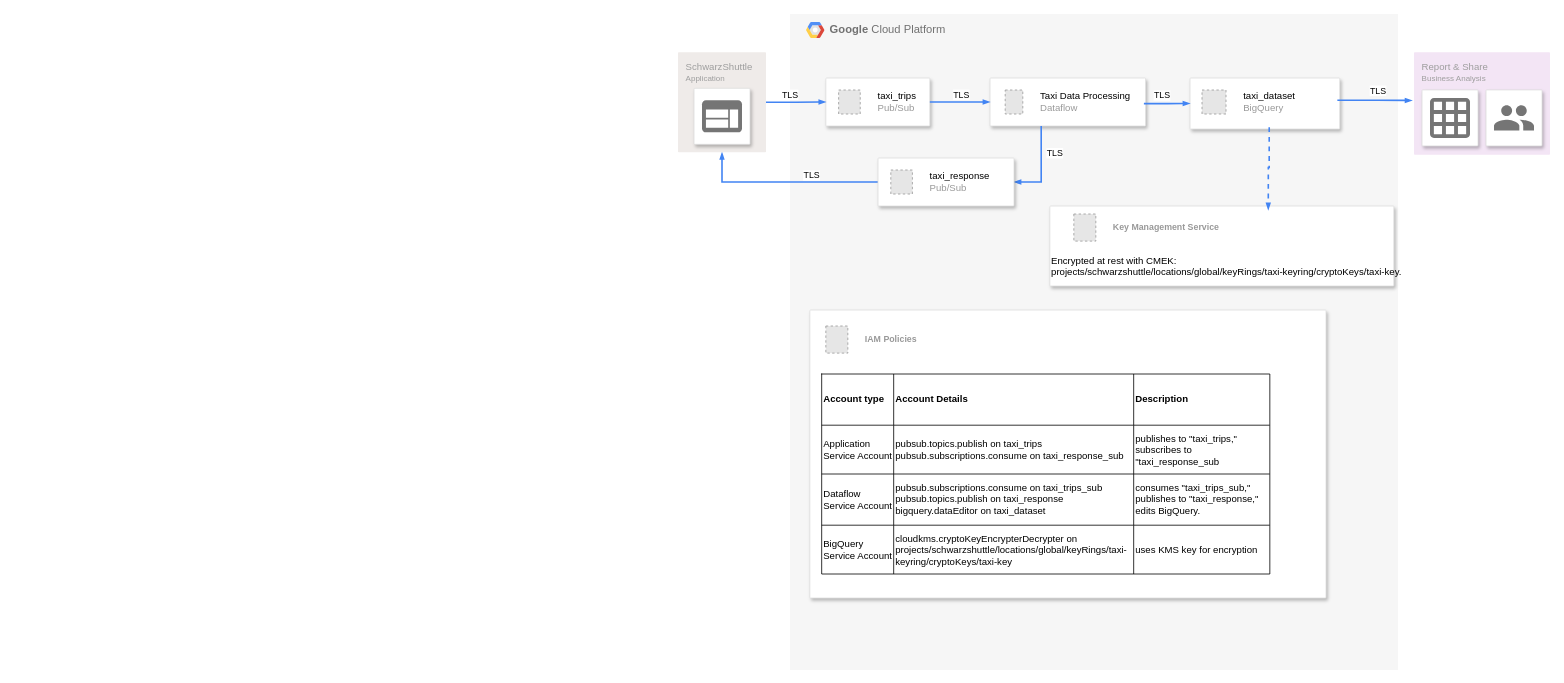
schwarzshuttle-project/taxi-gcp-architecture keeps this draw.io diagram as page "Security Diagram" (3 of 3) of GCP Architecture.drawio. Above is the earlier version. Source tidied: cells renumbered, new cells numbered last; positions are measured from the earlier drawing's top-left corner, leaving out a move shared by most shapes. Both pictures are drawn from the tidied source at 80%, with x=0, y=0 at pixel (678, 14). Pictures stored in the file or linked from it are replaced by grey dashed boxes.
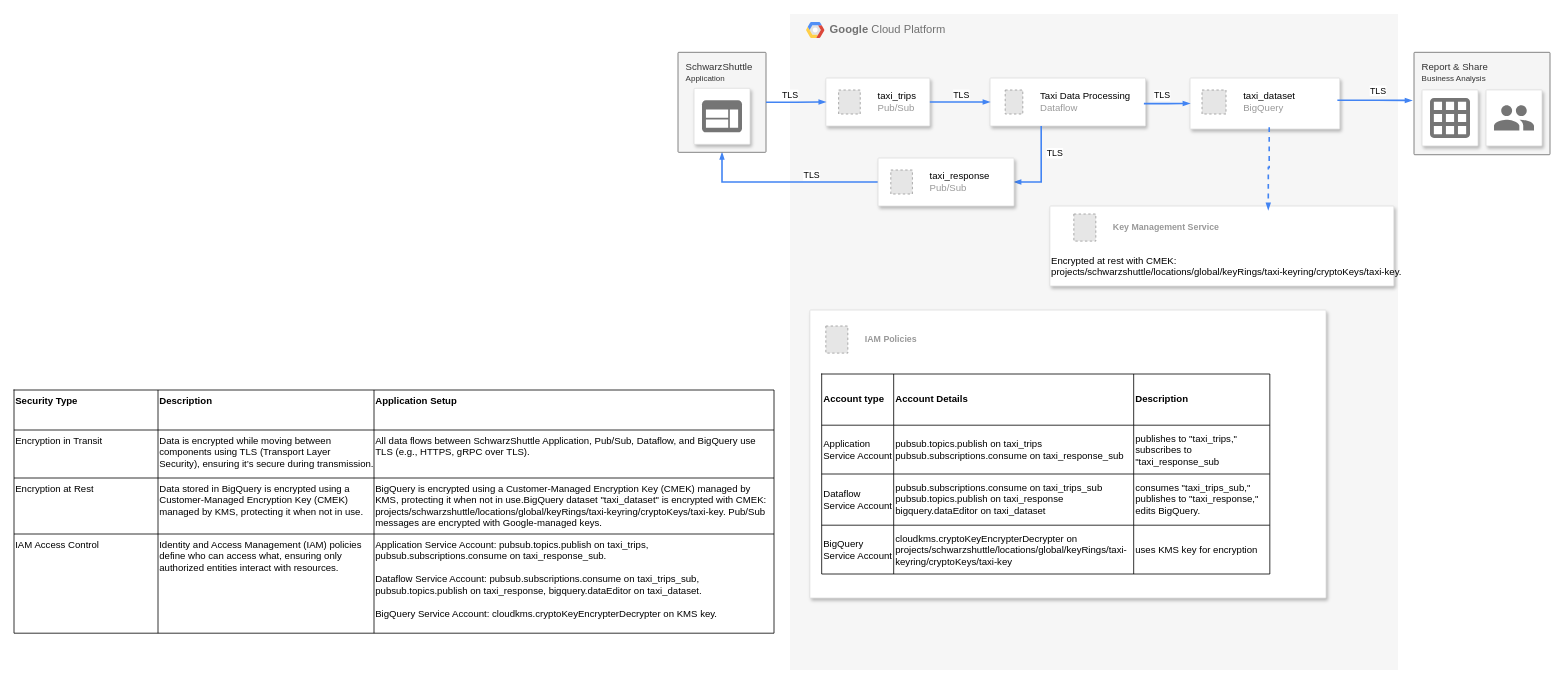
After the change.

Commit message (it also covers changes not shown here):
added security descriptions GCP Architecture.drawio

Change to the diagram source:
```diff
@@
-    <mxCell id="38" value="SchwarzShuttle&lt;br&gt;&lt;font style=&quot;font-size: 10px&quot;&gt;Application&lt;/font&gt;" style="rounded=1;absoluteArcSize=1;arcSize=2;html=1;strokeColor=none;gradientColor=none;shadow=0;dashed=0;fontSize=12;fontColor=#9E9E9E;align=left;verticalAlign=top;spacing=10;spacingTop=-4;fillColor=#EFEBE9;" parent="1" vertex="1">
+    <mxCell id="38" value="SchwarzShuttle&lt;br&gt;&lt;font style=&quot;font-size: 10px&quot;&gt;Application&lt;/font&gt;" style="rounded=1;absoluteArcSize=1;arcSize=2;html=1;strokeColor=#666666;shadow=0;dashed=0;fontSize=12;fontColor=#333333;align=left;verticalAlign=top;spacing=10;spacingTop=-4;fillColor=#f5f5f5;" parent="1" vertex="1">
       <mxGeometry y="47.9" width="110" height="125" as="geometry" />
     </mxCell>
@@
-    <mxCell id="43" value="Report &amp;amp; Share&lt;br&gt;&lt;font style=&quot;font-size: 10px&quot;&gt;Business Analysis&lt;/font&gt;&lt;br&gt;" style="rounded=1;absoluteArcSize=1;arcSize=2;html=1;strokeColor=none;gradientColor=none;shadow=0;dashed=0;fontSize=12;fontColor=#9E9E9E;align=left;verticalAlign=top;spacing=10;spacingTop=-4;fillColor=#F3E5F5;" parent="1" vertex="1">
+    <mxCell id="43" value="Report &amp;amp; Share&lt;br&gt;&lt;font style=&quot;font-size: 10px&quot;&gt;Business Analysis&lt;/font&gt;&lt;br&gt;" style="rounded=1;absoluteArcSize=1;arcSize=2;html=1;strokeColor=#666666;shadow=0;dashed=0;fontSize=12;fontColor=#333333;align=left;verticalAlign=top;spacing=10;spacingTop=-4;fillColor=#f5f5f5;" parent="1" vertex="1">
       <mxGeometry x="920" y="47.9" width="170" height="128" as="geometry" />
     </mxCell>
@@
+    <mxCell id="54" style="shape=table;startSize=0;childLayout=tableLayout;" parent="1" vertex="1">
+      <mxGeometry x="-830" y="470" width="950" height="304" as="geometry" />
+    </mxCell>
+    <mxCell id="55" style="shape=tableRow;horizontal=0;startSize=0;swimlaneHead=0;swimlaneBody=0;strokeColor=inherit;top=0;left=0;bottom=0;right=0;fillColor=none;" parent="54" vertex="1">
+      <mxGeometry width="950" height="50" as="geometry" />
+    </mxCell>
+    <mxCell id="56" value="&lt;div&gt;&lt;b&gt;Security Type&lt;/b&gt;&lt;/div&gt;" style="shape=partialRectangle;html=1;whiteSpace=wrap;strokeColor=inherit;overflow=hidden;fillColor=none;top=0;left=0;bottom=0;right=0;align=left;verticalAlign=top;" parent="55" vertex="1">
+      <mxGeometry width="180" height="50" as="geometry" />
+    </mxCell>
+    <mxCell id="57" value="&lt;div&gt;&lt;b&gt;Description&lt;/b&gt;&lt;/div&gt;" style="shape=partialRectangle;html=1;whiteSpace=wrap;strokeColor=inherit;overflow=hidden;fillColor=none;top=0;left=0;bottom=0;right=0;align=left;verticalAlign=top;" parent="55" vertex="1">
+      <mxGeometry x="180" width="270" height="50" as="geometry" />
+    </mxCell>
+    <mxCell id="58" value="&lt;div&gt;&lt;strong&gt;Application Setup&lt;/strong&gt;&lt;/div&gt;" style="shape=partialRectangle;html=1;whiteSpace=wrap;strokeColor=inherit;overflow=hidden;fillColor=none;top=0;left=0;bottom=0;right=0;align=left;verticalAlign=top;" parent="55" vertex="1">
+      <mxGeometry x="450" width="500" height="50" as="geometry" />
+    </mxCell>
+    <mxCell id="59" style="shape=tableRow;horizontal=0;startSize=0;swimlaneHead=0;swimlaneBody=0;strokeColor=inherit;top=0;left=0;bottom=0;right=0;fillColor=none;" parent="54" vertex="1">
+      <mxGeometry y="50" width="950" height="60" as="geometry" />
+    </mxCell>
+    <mxCell id="60" value="&lt;div&gt;Encryption in Transit&lt;/div&gt;" style="shape=partialRectangle;html=1;whiteSpace=wrap;strokeColor=inherit;overflow=hidden;fillColor=none;top=0;left=0;bottom=0;right=0;align=left;verticalAlign=top;" parent="59" vertex="1">
+      <mxGeometry width="180" height="60" as="geometry" />
+    </mxCell>
+    <mxCell id="61" value="&lt;div&gt;Data is encrypted while moving between components using TLS (Transport Layer Security), ensuring it’s secure during transmission.&lt;/div&gt;" style="shape=partialRectangle;html=1;whiteSpace=wrap;strokeColor=inherit;overflow=hidden;fillColor=none;top=0;left=0;bottom=0;right=0;align=left;verticalAlign=top;" parent="59" vertex="1">
+      <mxGeometry x="180" width="270" height="60" as="geometry" />
+    </mxCell>
+    <mxCell id="62" value="&lt;div&gt;All data flows between SchwarzShuttle Application, Pub/Sub, Dataflow, and BigQuery use TLS (e.g., HTTPS, gRPC over TLS).&lt;/div&gt;" style="shape=partialRectangle;html=1;whiteSpace=wrap;strokeColor=inherit;overflow=hidden;fillColor=none;top=0;left=0;bottom=0;right=0;align=left;verticalAlign=top;" parent="59" vertex="1">
+      <mxGeometry x="450" width="500" height="60" as="geometry" />
+    </mxCell>
+    <mxCell id="63" style="shape=tableRow;horizontal=0;startSize=0;swimlaneHead=0;swimlaneBody=0;strokeColor=inherit;top=0;left=0;bottom=0;right=0;fillColor=none;" parent="54" vertex="1">
+      <mxGeometry y="110" width="950" height="70" as="geometry" />
+    </mxCell>
+    <mxCell id="64" value="&lt;div&gt;Encryption at Rest&lt;/div&gt;" style="shape=partialRectangle;html=1;whiteSpace=wrap;strokeColor=inherit;overflow=hidden;fillColor=none;top=0;left=0;bottom=0;right=0;align=left;verticalAlign=top;" parent="63" vertex="1">
+      <mxGeometry width="180" height="70" as="geometry" />
+    </mxCell>
+    <mxCell id="65" value="&lt;div&gt;Data stored in BigQuery is encrypted using a Customer-Managed Encryption Key (CMEK) managed by KMS, protecting it when not in use.&lt;/div&gt;" style="shape=partialRectangle;html=1;whiteSpace=wrap;strokeColor=inherit;overflow=hidden;fillColor=none;top=0;left=0;bottom=0;right=0;align=left;verticalAlign=top;" parent="63" vertex="1">
+      <mxGeometry x="180" width="270" height="70" as="geometry" />
+    </mxCell>
+    <mxCell id="66" value="&lt;div&gt;BigQuery is encrypted using a Customer-Managed Encryption Key (CMEK) managed by KMS, protecting it when not in use.BigQuery dataset &quot;taxi_dataset&quot; is encrypted with CMEK: projects/schwarzshuttle/locations/global/keyRings/taxi-keyring/cryptoKeys/taxi-key. Pub/Sub messages are encrypted with Google-managed keys.&lt;/div&gt;" style="shape=partialRectangle;html=1;whiteSpace=wrap;strokeColor=inherit;overflow=hidden;fillColor=none;top=0;left=0;bottom=0;right=0;align=left;verticalAlign=top;" parent="63" vertex="1">
+      <mxGeometry x="450" width="500" height="70" as="geometry" />
+    </mxCell>
+    <mxCell id="67" style="shape=tableRow;horizontal=0;startSize=0;swimlaneHead=0;swimlaneBody=0;strokeColor=inherit;top=0;left=0;bottom=0;right=0;fillColor=none;" parent="54" vertex="1">
+      <mxGeometry y="180" width="950" height="124" as="geometry" />
+    </mxCell>
+    <mxCell id="68" value="&lt;div&gt;IAM Access Control&lt;/div&gt;" style="shape=partialRectangle;html=1;whiteSpace=wrap;strokeColor=inherit;overflow=hidden;fillColor=none;top=0;left=0;bottom=0;right=0;align=left;verticalAlign=top;" parent="67" vertex="1">
+      <mxGeometry width="180" height="124" as="geometry" />
+    </mxCell>
+    <mxCell id="69" value="&lt;div&gt;Identity and Access Management (IAM) policies define who can access what, ensuring only authorized entities interact with resources.&lt;/div&gt;" style="shape=partialRectangle;html=1;whiteSpace=wrap;strokeColor=inherit;overflow=hidden;fillColor=none;top=0;left=0;bottom=0;right=0;align=left;verticalAlign=top;" parent="67" vertex="1">
+      <mxGeometry x="180" width="270" height="124" as="geometry" />
+    </mxCell>
+    <mxCell id="70" value="&lt;div&gt;Application Service Account: pubsub.topics.publish on taxi_trips, pubsub.subscriptions.consume on taxi_response_sub.&lt;/div&gt;&lt;div&gt;&lt;br&gt;&lt;/div&gt;&lt;div&gt;Dataflow Service Account: pubsub.subscriptions.consume on taxi_trips_sub, pubsub.topics.publish on taxi_response, bigquery.dataEditor on taxi_dataset.&lt;/div&gt;&lt;div&gt;&lt;br&gt;&lt;/div&gt;&lt;div&gt;BigQuery Service Account: cloudkms.cryptoKeyEncrypterDecrypter on KMS key.&lt;/div&gt;" style="shape=partialRectangle;html=1;whiteSpace=wrap;strokeColor=inherit;overflow=hidden;fillColor=none;top=0;left=0;bottom=0;right=0;align=left;verticalAlign=top;" parent="67" vertex="1">
+      <mxGeometry x="450" width="500" height="124" as="geometry" />
+    </mxCell>
```
